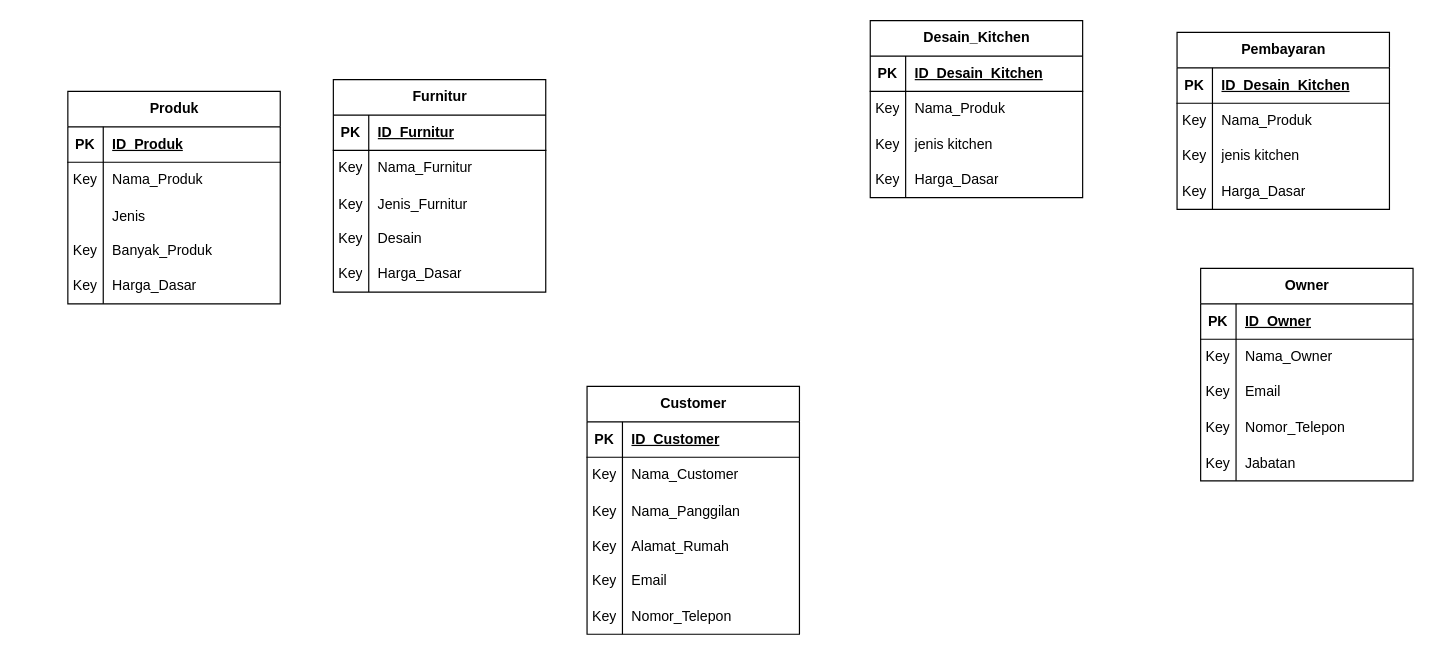
King-Ag-Jv/Project-Atrem keeps this draw.io diagram as sistem-kitchen-set-interior.drawio. Above is the earlier version. Source tidied: cells renumbered, new cells numbered last; positions are measured from the earlier drawing's top-left corner, leaving out a move shared by most shapes. Both pictures are drawn from the tidied source at 118%, with x=0, y=0 at pixel (67, 20).
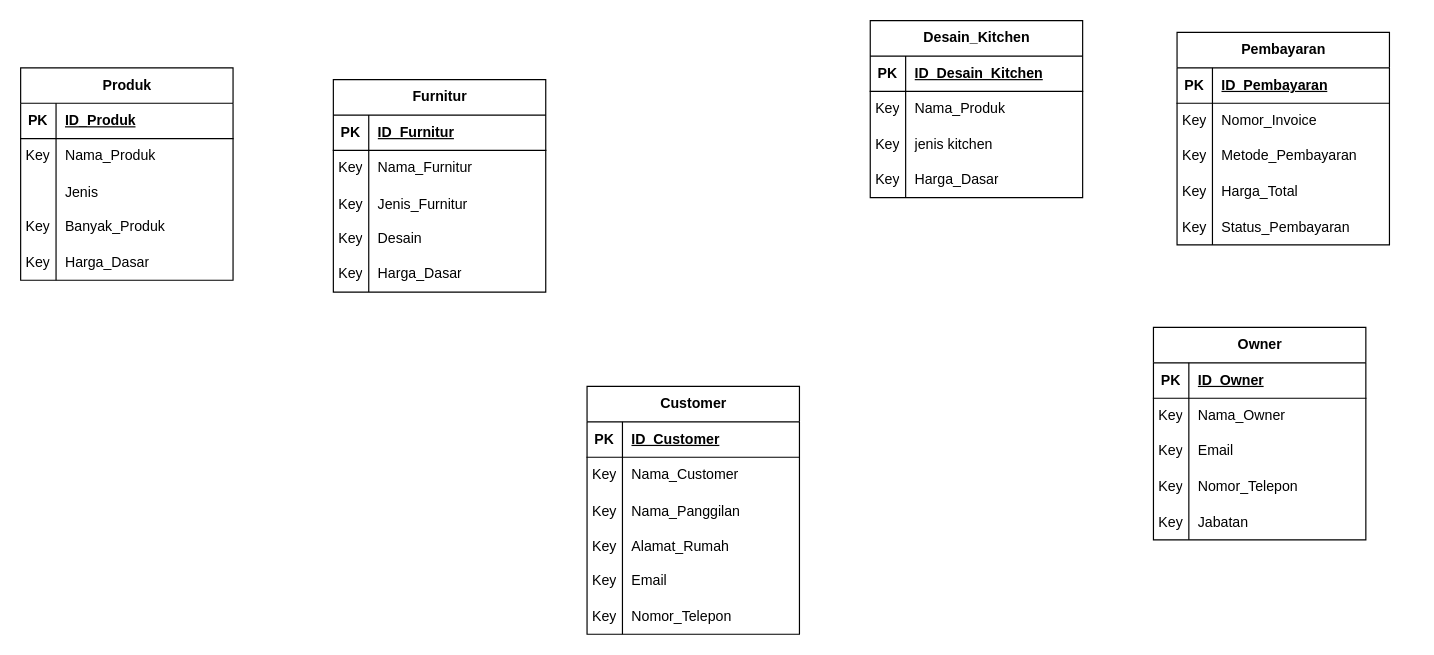
The same diagram, later.

Unchanged cells that the change refers to:
```xml
<mxCell id="67" style="shape=tableRow;horizontal=0;startSize=0;swimlaneHead=0;swimlaneBody=0;fillColor=none;top=0;left=0;right=0;bottom=1;" parent="66" vertex="1">
  <mxGeometry y="30" width="180" height="30" as="geometry" />
</mxCell>
```

What changed in the source:
```diff
@@
     <mxCell id="2" value="Produk" style="shape=table;startSize=30;childLayout=tableLayout;rowLines=0;fontStyle=1;align=center;html=1;" parent="1" vertex="1">
-      <mxGeometry y="60" width="180" height="180" as="geometry" />
+      <mxGeometry x="-40" y="40" width="180" height="180" as="geometry" />
     </mxCell>
@@
     <mxCell id="50" value="Owner" style="shape=table;startSize=30;childLayout=tableLayout;rowLines=0;fontStyle=1;align=center;html=1;" parent="1" vertex="1">
-      <mxGeometry x="960" y="210" width="180" height="180" as="geometry" />
+      <mxGeometry x="920" y="260" width="180" height="180" as="geometry" />
     </mxCell>
@@
     <mxCell id="66" value="Pembayaran" style="shape=table;startSize=30;childLayout=tableLayout;rowLines=0;fontStyle=1;align=center;html=1;" parent="1" vertex="1">
-      <mxGeometry x="940" y="10" width="180" height="150" as="geometry" />
+      <mxGeometry x="940" y="10" width="180" height="180" as="geometry" />
     </mxCell>
@@
-    <mxCell id="69" value="ID_Desain_Kitchen" style="shape=partialRectangle;fillColor=none;top=0;left=0;bottom=0;right=0;align=left;spacingLeft=6;fontStyle=5;overflow=hidden;whiteSpace=wrap;html=1;" parent="67" vertex="1">
+    <mxCell id="69" value="ID_Pembayaran" style="shape=partialRectangle;fillColor=none;top=0;left=0;bottom=0;right=0;align=left;spacingLeft=6;fontStyle=5;overflow=hidden;whiteSpace=wrap;html=1;" parent="67" vertex="1">
       <mxGeometry x="30" width="150" height="30" as="geometry" />
     </mxCell>
+    <mxCell id="76" style="shape=tableRow;horizontal=0;startSize=0;swimlaneHead=0;swimlaneBody=0;fillColor=none;top=0;left=0;right=0;bottom=0;" parent="66" vertex="1">
+      <mxGeometry y="60" width="180" height="30" as="geometry" />
+    </mxCell>
+    <mxCell id="77" value="Key" style="shape=partialRectangle;fillColor=none;top=0;left=0;bottom=0;right=0;overflow=hidden;whiteSpace=wrap;html=1;" parent="76" vertex="1">
+      <mxGeometry width="30" height="30" as="geometry" />
+    </mxCell>
+    <mxCell id="78" value="Nomor_Invoice" style="shape=partialRectangle;fillColor=none;top=0;left=0;bottom=0;right=0;align=left;spacingLeft=6;overflow=hidden;whiteSpace=wrap;html=1;" parent="76" vertex="1">
+      <mxGeometry x="30" width="150" height="30" as="geometry" />
+    </mxCell>
     <mxCell id="70" style="shape=tableRow;horizontal=0;startSize=0;swimlaneHead=0;swimlaneBody=0;fillColor=none;top=0;left=0;right=0;bottom=0;" parent="66" vertex="1">
-      <mxGeometry y="60" width="180" height="30" as="geometry" />
+      <mxGeometry y="90" width="180" height="30" as="geometry" />
     </mxCell>
@@
-    <mxCell id="72" value="Nama_Produk" style="shape=partialRectangle;fillColor=none;top=0;left=0;bottom=0;right=0;align=left;spacingLeft=6;overflow=hidden;whiteSpace=wrap;html=1;" parent="70" vertex="1">
+    <mxCell id="72" value="Metode_Pembayaran" style="shape=partialRectangle;fillColor=none;top=0;left=0;bottom=0;right=0;align=left;spacingLeft=6;overflow=hidden;whiteSpace=wrap;html=1;" parent="70" vertex="1">
       <mxGeometry x="30" width="150" height="30" as="geometry" />
     </mxCell>
     <mxCell id="73" style="shape=tableRow;horizontal=0;startSize=0;swimlaneHead=0;swimlaneBody=0;fillColor=none;top=0;left=0;right=0;bottom=0;" parent="66" vertex="1">
-      <mxGeometry y="90" width="180" height="30" as="geometry" />
+      <mxGeometry y="120" width="180" height="30" as="geometry" />
     </mxCell>
@@
-    <mxCell id="75" value="jenis kitchen" style="shape=partialRectangle;fillColor=none;top=0;left=0;bottom=0;right=0;align=left;spacingLeft=6;overflow=hidden;whiteSpace=wrap;html=1;" parent="73" vertex="1">
+    <mxCell id="75" value="Harga_Total" style="shape=partialRectangle;fillColor=none;top=0;left=0;bottom=0;right=0;align=left;spacingLeft=6;overflow=hidden;whiteSpace=wrap;html=1;" parent="73" vertex="1">
       <mxGeometry x="30" width="150" height="30" as="geometry" />
     </mxCell>
-    <mxCell id="76" style="shape=tableRow;horizontal=0;startSize=0;swimlaneHead=0;swimlaneBody=0;fillColor=none;top=0;left=0;right=0;bottom=0;" parent="66" vertex="1">
-      <mxGeometry y="120" width="180" height="30" as="geometry" />
-    </mxCell>
-    <mxCell id="77" value="Key" style="shape=partialRectangle;fillColor=none;top=0;left=0;bottom=0;right=0;overflow=hidden;whiteSpace=wrap;html=1;" parent="76" vertex="1">
-      <mxGeometry width="30" height="30" as="geometry" />
-    </mxCell>
-    <mxCell id="78" value="Harga_Dasar" style="shape=partialRectangle;fillColor=none;top=0;left=0;bottom=0;right=0;align=left;spacingLeft=6;overflow=hidden;whiteSpace=wrap;html=1;" parent="76" vertex="1">
-      <mxGeometry x="30" width="150" height="30" as="geometry" />
-    </mxCell>
+    <mxCell id="95" style="shape=tableRow;horizontal=0;startSize=0;swimlaneHead=0;swimlaneBody=0;fillColor=none;top=0;left=0;right=0;bottom=0;" parent="66" vertex="1">
+      <mxGeometry y="150" width="180" height="30" as="geometry" />
+    </mxCell>
+    <mxCell id="96" value="Key" style="shape=partialRectangle;fillColor=none;top=0;left=0;bottom=0;right=0;overflow=hidden;" parent="95" vertex="1">
+      <mxGeometry width="30" height="30" as="geometry" />
+    </mxCell>
+    <mxCell id="97" value="Status_Pembayaran" style="shape=partialRectangle;fillColor=none;top=0;left=0;bottom=0;right=0;align=left;spacingLeft=6;overflow=hidden;" parent="95" vertex="1">
+      <mxGeometry x="30" width="150" height="30" as="geometry" />
+    </mxCell>
```
